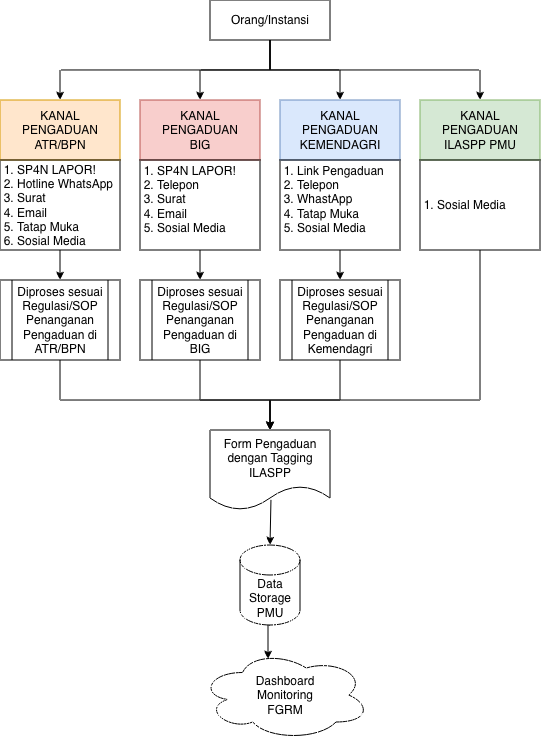
The draw.io diagram FGRM ILASPP PMU.drawio.png in djadjoel/Flowchart-FGRM-ILASPP-PMU, before a commit. Source tidied: cells renumbered, new cells last; positions are measured from the earlier drawing's top-left corner, leaving out a move shared by most shapes. The source it was exported from:
```xml
<mxGraphModel>
  <root>
    <mxCell id="0" />
    <mxCell id="1" parent="0" />
    <mxCell id="2" style="edgeStyle=orthogonalEdgeStyle;rounded=0;jettySize=auto;html=1;exitX=0.5;exitY=1;exitDx=0;exitDy=0;" parent="1" edge="1" source="5" target="17">
      <mxGeometry relative="1" as="geometry" />
    </mxCell>
    <mxCell id="3" style="edgeStyle=orthogonalEdgeStyle;rounded=0;jettySize=auto;html=1;exitX=0.5;exitY=1;exitDx=0;exitDy=0;entryX=0.5;entryY=0;entryDx=0;entryDy=0;" parent="1" edge="1" source="5" target="14">
      <mxGeometry relative="1" as="geometry" />
    </mxCell>
    <mxCell id="4" style="edgeStyle=orthogonalEdgeStyle;rounded=0;jettySize=auto;html=1;exitX=0.5;exitY=1;exitDx=0;exitDy=0;entryX=0.5;entryY=0;entryDx=0;entryDy=0;" parent="1" edge="1" source="5" target="20">
      <mxGeometry relative="1" as="geometry" />
    </mxCell>
    <mxCell id="5" value="Orang/Instansi" style="rounded=0;whiteSpace=wrap;html=1;" parent="1" vertex="1">
      <mxGeometry x="210" width="120" height="40" as="geometry" />
    </mxCell>
    <mxCell id="6" style="edgeStyle=orthogonalEdgeStyle;rounded=0;jettySize=auto;html=1;exitX=0.5;exitY=1;exitDx=0;exitDy=0;entryX=0.5;entryY=0;entryDx=0;entryDy=0;" parent="1" edge="1" source="5" target="8">
      <mxGeometry relative="1" as="geometry" />
    </mxCell>
    <mxCell id="7" style="group;" parent="1" vertex="1">
      <mxGeometry y="100" width="260" height="280" as="geometry" />
    </mxCell>
    <mxCell id="8" value="KANAL&lt;div&gt;PENGADUAN&lt;/div&gt;&lt;div&gt;ATR/BPN&lt;/div&gt;" style="rounded=0;whiteSpace=wrap;html=1;fillColor=#ffe6cc;strokeColor=#d79b00;" parent="7" vertex="1">
      <mxGeometry width="120" height="60" as="geometry" />
    </mxCell>
    <mxCell id="9" style="edgeStyle=orthogonalEdgeStyle;rounded=0;jettySize=auto;html=1;exitX=0.5;exitY=1;exitDx=0;exitDy=0;entryX=0.5;entryY=0;entryDx=0;entryDy=0;" parent="7" edge="1" source="10" target="11">
      <mxGeometry relative="1" as="geometry" />
    </mxCell>
    <mxCell id="10" value="&lt;ol style=&quot;padding-left: 15px; margin-top: 0px; padding-bottom: 0px; padding-right: 0px;&quot;&gt;&lt;li&gt;SP4N LAPOR!&lt;/li&gt;&lt;li&gt;Hotline WhatsApp&lt;/li&gt;&lt;li&gt;Surat&lt;/li&gt;&lt;li&gt;Email&lt;/li&gt;&lt;li&gt;Tatap Muka&lt;/li&gt;&lt;li&gt;Sosial Media&lt;/li&gt;&lt;/ol&gt;" style="text;strokeColor=default;fillColor=none;html=1;whiteSpace=wrap;verticalAlign=middle;overflow=hidden;" parent="7" vertex="1">
      <mxGeometry y="60" width="120" height="90" as="geometry" />
    </mxCell>
    <mxCell id="11" value="Diproses sesuai Regulasi/SOP Penanganan Pengaduan di ATR/BPN" style="shape=process;whiteSpace=wrap;html=1;backgroundOutline=1;" parent="7" vertex="1">
      <mxGeometry y="180" width="120" height="80" as="geometry" />
    </mxCell>
    <mxCell id="12" value="Diproses sesuai Regulasi/SOP Penanganan Pengaduan di BIG" style="shape=process;whiteSpace=wrap;html=1;backgroundOutline=1;" parent="7" vertex="1">
      <mxGeometry x="140" y="180" width="120" height="80" as="geometry" />
    </mxCell>
    <mxCell id="13" style="group;" parent="1" vertex="1">
      <mxGeometry x="140" y="100" width="120" height="180" as="geometry" />
    </mxCell>
    <mxCell id="14" value="KANAL&lt;div&gt;PENGADUAN&lt;/div&gt;&lt;div&gt;BIG&lt;/div&gt;" style="rounded=0;whiteSpace=wrap;html=1;fillColor=#f8cecc;strokeColor=#b85450;" parent="13" vertex="1">
      <mxGeometry width="120" height="60" as="geometry" />
    </mxCell>
    <mxCell id="15" value="&lt;ol style=&quot;padding-left: 15px; margin-top: 0px; margin-right: 0px; padding-bottom: 0px;&quot;&gt;&lt;li&gt;SP4N LAPOR!&lt;/li&gt;&lt;li&gt;Telepon&lt;/li&gt;&lt;li&gt;Surat&lt;/li&gt;&lt;li&gt;Email&lt;/li&gt;&lt;li&gt;Sosial Media&lt;/li&gt;&lt;/ol&gt;" style="text;strokeColor=default;fillColor=none;html=1;whiteSpace=wrap;verticalAlign=middle;overflow=hidden;" parent="13" vertex="1">
      <mxGeometry y="60" width="120" height="90" as="geometry" />
    </mxCell>
    <mxCell id="16" style="group;" parent="1" vertex="1">
      <mxGeometry x="280" y="100" width="120" height="180" as="geometry" />
    </mxCell>
    <mxCell id="17" value="KANAL&lt;div&gt;PENGADUAN&lt;/div&gt;&lt;div&gt;KEMENDAGRI&lt;/div&gt;" style="rounded=0;whiteSpace=wrap;html=1;fillColor=#dae8fc;strokeColor=#6c8ebf;" parent="16" vertex="1">
      <mxGeometry width="120" height="60" as="geometry" />
    </mxCell>
    <mxCell id="18" value="&lt;ol style=&quot;padding-left: 15px; padding-bottom: 0px; margin-top: 0px;&quot;&gt;&lt;li&gt;Link Pengaduan&lt;/li&gt;&lt;li&gt;Telepon&lt;/li&gt;&lt;li&gt;WhastApp&lt;/li&gt;&lt;li&gt;Tatap Muka&lt;/li&gt;&lt;li&gt;&lt;span style=&quot;background-color: transparent; color: light-dark(rgb(0, 0, 0), rgb(255, 255, 255));&quot;&gt;Sosial Media&lt;/span&gt;&lt;/li&gt;&lt;/ol&gt;" style="text;strokeColor=default;fillColor=none;html=1;whiteSpace=wrap;verticalAlign=middle;overflow=hidden;" parent="16" vertex="1">
      <mxGeometry y="60" width="120" height="90" as="geometry" />
    </mxCell>
    <mxCell id="19" style="group;" parent="1" vertex="1">
      <mxGeometry x="420" y="100" width="120" height="180" as="geometry" />
    </mxCell>
    <mxCell id="20" value="KANAL&lt;div&gt;PENGADUAN&lt;/div&gt;&lt;div&gt;ILASPP PMU&lt;/div&gt;" style="rounded=0;whiteSpace=wrap;html=1;fillColor=#d5e8d4;strokeColor=#82b366;" parent="19" vertex="1">
      <mxGeometry width="120" height="60" as="geometry" />
    </mxCell>
    <mxCell id="21" value="&lt;ol style=&quot;padding-left: 15px; padding-bottom: 0px; margin-top: 12px;&quot;&gt;&lt;li&gt;Sosial Media&lt;/li&gt;&lt;/ol&gt;" style="text;strokeColor=default;fillColor=none;html=1;whiteSpace=wrap;verticalAlign=middle;overflow=hidden;" parent="19" vertex="1">
      <mxGeometry y="60" width="120" height="90" as="geometry" />
    </mxCell>
    <mxCell id="22" style="edgeStyle=orthogonalEdgeStyle;rounded=0;jettySize=auto;html=1;exitX=0.5;exitY=1;exitDx=0;exitDy=0;exitPerimeter=0;entryX=0.4;entryY=0.1;entryDx=0;entryDy=0;entryPerimeter=0;" parent="1" edge="1" source="23" target="33">
      <mxGeometry relative="1" as="geometry" />
    </mxCell>
    <mxCell id="23" value="Data Storage PMU" style="shape=cylinder3;whiteSpace=wrap;html=1;boundedLbl=1;backgroundOutline=1;size=15;" parent="1" vertex="1">
      <mxGeometry x="240" y="545" width="60" height="80" as="geometry" />
    </mxCell>
    <mxCell id="24" style="edgeStyle=orthogonalEdgeStyle;rounded=0;jettySize=auto;html=1;exitX=0.508;exitY=0.874;exitDx=0;exitDy=0;exitPerimeter=0;" parent="1" edge="1" source="25" target="23">
      <mxGeometry relative="1" as="geometry">
        <Array as="points">
          <mxPoint x="270" y="500" />
        </Array>
      </mxGeometry>
    </mxCell>
    <mxCell id="25" value="Form Pengaduan dengan Tagging ILASPP" style="shape=document;whiteSpace=wrap;html=1;boundedLbl=1;" parent="1" vertex="1">
      <mxGeometry x="210" y="430" width="120" height="80" as="geometry" />
    </mxCell>
    <mxCell id="26" style="edgeStyle=orthogonalEdgeStyle;rounded=0;jettySize=auto;html=1;" parent="1" edge="1" source="15" target="12">
      <mxGeometry relative="1" as="geometry" />
    </mxCell>
    <mxCell id="27" style="edgeStyle=orthogonalEdgeStyle;rounded=0;jettySize=auto;html=1;entryX=0.5;entryY=0;entryDx=0;entryDy=0;" parent="1" edge="1" source="28" target="25">
      <mxGeometry relative="1" as="geometry">
        <Array as="points">
          <mxPoint x="340" y="400" />
          <mxPoint x="270" y="400" />
        </Array>
      </mxGeometry>
    </mxCell>
    <mxCell id="28" value="Diproses sesuai Regulasi/SOP Penanganan Pengaduan di Kemendagri" style="shape=process;whiteSpace=wrap;html=1;backgroundOutline=1;" parent="1" vertex="1">
      <mxGeometry x="280" y="280" width="120" height="80" as="geometry" />
    </mxCell>
    <mxCell id="29" style="edgeStyle=orthogonalEdgeStyle;rounded=0;jettySize=auto;html=1;" parent="1" edge="1" source="18" target="28">
      <mxGeometry relative="1" as="geometry" />
    </mxCell>
    <mxCell id="30" style="edgeStyle=orthogonalEdgeStyle;rounded=0;jettySize=auto;html=1;exitX=0.5;exitY=1;exitDx=0;exitDy=0;" parent="1" edge="1" source="11" target="25">
      <mxGeometry relative="1" as="geometry">
        <Array as="points">
          <mxPoint x="60" y="400" />
          <mxPoint x="270" y="400" />
        </Array>
      </mxGeometry>
    </mxCell>
    <mxCell id="31" style="edgeStyle=orthogonalEdgeStyle;rounded=0;jettySize=auto;html=1;exitX=0.5;exitY=1;exitDx=0;exitDy=0;entryX=0.5;entryY=0;entryDx=0;entryDy=0;" parent="1" edge="1" source="21" target="25">
      <mxGeometry relative="1" as="geometry">
        <Array as="points">
          <mxPoint x="480" y="400" />
          <mxPoint x="270" y="400" />
        </Array>
      </mxGeometry>
    </mxCell>
    <mxCell id="32" style="edgeStyle=orthogonalEdgeStyle;rounded=0;jettySize=auto;html=1;exitX=0.5;exitY=1;exitDx=0;exitDy=0;" parent="1" edge="1" source="12" target="25">
      <mxGeometry relative="1" as="geometry">
        <Array as="points">
          <mxPoint x="200" y="400" />
          <mxPoint x="270" y="400" />
        </Array>
      </mxGeometry>
    </mxCell>
    <mxCell id="33" value="Dashboard&lt;div&gt;Monitoring&lt;/div&gt;&lt;div&gt;FGRM&lt;/div&gt;" style="ellipse;shape=cloud;whiteSpace=wrap;html=1;" parent="1" vertex="1">
      <mxGeometry x="200" y="650" width="170" height="90" as="geometry" />
    </mxCell>
  </root>
</mxGraphModel>
```
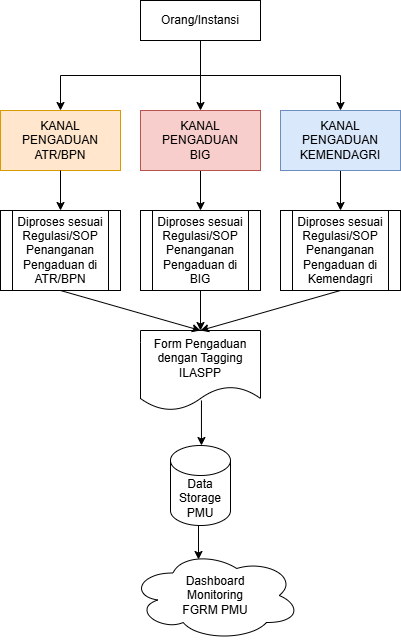
After the change.

Change to the diagram source:
```diff
@@ -8,60 +8,12 @@
     <mxCell id="3" style="edgeStyle=orthogonalEdgeStyle;rounded=0;jettySize=auto;html=1;exitX=0.5;exitY=1;exitDx=0;exitDy=0;entryX=0.5;entryY=0;entryDx=0;entryDy=0;" parent="1" edge="1" source="5" target="14">
       <mxGeometry relative="1" as="geometry" />
     </mxCell>
-    <mxCell id="4" style="edgeStyle=orthogonalEdgeStyle;rounded=0;jettySize=auto;html=1;exitX=0.5;exitY=1;exitDx=0;exitDy=0;entryX=0.5;entryY=0;entryDx=0;entryDy=0;" parent="1" edge="1" source="5" target="20">
-      <mxGeometry relative="1" as="geometry" />
-    </mxCell>
     <mxCell id="5" value="Orang/Instansi" style="rounded=0;whiteSpace=wrap;html=1;" parent="1" vertex="1">
-      <mxGeometry x="210" width="120" height="40" as="geometry" />
+      <mxGeometry x="210" y="100" width="120" height="40" as="geometry" />
     </mxCell>
     <mxCell id="6" style="edgeStyle=orthogonalEdgeStyle;rounded=0;jettySize=auto;html=1;exitX=0.5;exitY=1;exitDx=0;exitDy=0;entryX=0.5;entryY=0;entryDx=0;entryDy=0;" parent="1" edge="1" source="5" target="8">
       <mxGeometry relative="1" as="geometry" />
     </mxCell>
-    <mxCell id="7" style="group;" parent="1" vertex="1">
-      <mxGeometry y="100" width="260" height="280" as="geometry" />
-    </mxCell>
-    <mxCell id="8" value="KANAL&lt;div&gt;PENGADUAN&lt;/div&gt;&lt;div&gt;ATR/BPN&lt;/div&gt;" style="rounded=0;whiteSpace=wrap;html=1;fillColor=#ffe6cc;strokeColor=#d79b00;" parent="7" vertex="1">
-      <mxGeometry width="120" height="60" as="geometry" />
-    </mxCell>
-    <mxCell id="9" style="edgeStyle=orthogonalEdgeStyle;rounded=0;jettySize=auto;html=1;exitX=0.5;exitY=1;exitDx=0;exitDy=0;entryX=0.5;entryY=0;entryDx=0;entryDy=0;" parent="7" edge="1" source="10" target="11">
-      <mxGeometry relative="1" as="geometry" />
-    </mxCell>
-    <mxCell id="10" value="&lt;ol style=&quot;padding-left: 15px; margin-top: 0px; padding-bottom: 0px; padding-right: 0px;&quot;&gt;&lt;li&gt;SP4N LAPOR!&lt;/li&gt;&lt;li&gt;Hotline WhatsApp&lt;/li&gt;&lt;li&gt;Surat&lt;/li&gt;&lt;li&gt;Email&lt;/li&gt;&lt;li&gt;Tatap Muka&lt;/li&gt;&lt;li&gt;Sosial Media&lt;/li&gt;&lt;/ol&gt;" style="text;strokeColor=default;fillColor=none;html=1;whiteSpace=wrap;verticalAlign=middle;overflow=hidden;" parent="7" vertex="1">
-      <mxGeometry y="60" width="120" height="90" as="geometry" />
-    </mxCell>
-    <mxCell id="11" value="Diproses sesuai Regulasi/SOP Penanganan Pengaduan di ATR/BPN" style="shape=process;whiteSpace=wrap;html=1;backgroundOutline=1;" parent="7" vertex="1">
-      <mxGeometry y="180" width="120" height="80" as="geometry" />
-    </mxCell>
-    <mxCell id="12" value="Diproses sesuai Regulasi/SOP Penanganan Pengaduan di BIG" style="shape=process;whiteSpace=wrap;html=1;backgroundOutline=1;" parent="7" vertex="1">
-      <mxGeometry x="140" y="180" width="120" height="80" as="geometry" />
-    </mxCell>
-    <mxCell id="13" style="group;" parent="1" vertex="1">
-      <mxGeometry x="140" y="100" width="120" height="180" as="geometry" />
-    </mxCell>
-    <mxCell id="14" value="KANAL&lt;div&gt;PENGADUAN&lt;/div&gt;&lt;div&gt;BIG&lt;/div&gt;" style="rounded=0;whiteSpace=wrap;html=1;fillColor=#f8cecc;strokeColor=#b85450;" parent="13" vertex="1">
-      <mxGeometry width="120" height="60" as="geometry" />
-    </mxCell>
-    <mxCell id="15" value="&lt;ol style=&quot;padding-left: 15px; margin-top: 0px; margin-right: 0px; padding-bottom: 0px;&quot;&gt;&lt;li&gt;SP4N LAPOR!&lt;/li&gt;&lt;li&gt;Telepon&lt;/li&gt;&lt;li&gt;Surat&lt;/li&gt;&lt;li&gt;Email&lt;/li&gt;&lt;li&gt;Sosial Media&lt;/li&gt;&lt;/ol&gt;" style="text;strokeColor=default;fillColor=none;html=1;whiteSpace=wrap;verticalAlign=middle;overflow=hidden;" parent="13" vertex="1">
-      <mxGeometry y="60" width="120" height="90" as="geometry" />
-    </mxCell>
-    <mxCell id="16" style="group;" parent="1" vertex="1">
-      <mxGeometry x="280" y="100" width="120" height="180" as="geometry" />
-    </mxCell>
-    <mxCell id="17" value="KANAL&lt;div&gt;PENGADUAN&lt;/div&gt;&lt;div&gt;KEMENDAGRI&lt;/div&gt;" style="rounded=0;whiteSpace=wrap;html=1;fillColor=#dae8fc;strokeColor=#6c8ebf;" parent="16" vertex="1">
-      <mxGeometry width="120" height="60" as="geometry" />
-    </mxCell>
-    <mxCell id="18" value="&lt;ol style=&quot;padding-left: 15px; padding-bottom: 0px; margin-top: 0px;&quot;&gt;&lt;li&gt;Link Pengaduan&lt;/li&gt;&lt;li&gt;Telepon&lt;/li&gt;&lt;li&gt;WhastApp&lt;/li&gt;&lt;li&gt;Tatap Muka&lt;/li&gt;&lt;li&gt;&lt;span style=&quot;background-color: transparent; color: light-dark(rgb(0, 0, 0), rgb(255, 255, 255));&quot;&gt;Sosial Media&lt;/span&gt;&lt;/li&gt;&lt;/ol&gt;" style="text;strokeColor=default;fillColor=none;html=1;whiteSpace=wrap;verticalAlign=middle;overflow=hidden;" parent="16" vertex="1">
-      <mxGeometry y="60" width="120" height="90" as="geometry" />
-    </mxCell>
-    <mxCell id="19" style="group;" parent="1" vertex="1">
-      <mxGeometry x="420" y="100" width="120" height="180" as="geometry" />
-    </mxCell>
-    <mxCell id="20" value="KANAL&lt;div&gt;PENGADUAN&lt;/div&gt;&lt;div&gt;ILASPP PMU&lt;/div&gt;" style="rounded=0;whiteSpace=wrap;html=1;fillColor=#d5e8d4;strokeColor=#82b366;" parent="19" vertex="1">
-      <mxGeometry width="120" height="60" as="geometry" />
-    </mxCell>
-    <mxCell id="21" value="&lt;ol style=&quot;padding-left: 15px; padding-bottom: 0px; margin-top: 12px;&quot;&gt;&lt;li&gt;Sosial Media&lt;/li&gt;&lt;/ol&gt;" style="text;strokeColor=default;fillColor=none;html=1;whiteSpace=wrap;verticalAlign=middle;overflow=hidden;" parent="19" vertex="1">
-      <mxGeometry y="60" width="120" height="90" as="geometry" />
-    </mxCell>
     <mxCell id="22" style="edgeStyle=orthogonalEdgeStyle;rounded=0;jettySize=auto;html=1;exitX=0.5;exitY=1;exitDx=0;exitDy=0;exitPerimeter=0;entryX=0.4;entryY=0.1;entryDx=0;entryDy=0;entryPerimeter=0;" parent="1" edge="1" source="23" target="33">
       <mxGeometry relative="1" as="geometry" />
     </mxCell>
@@ -78,49 +30,50 @@
     <mxCell id="25" value="Form Pengaduan dengan Tagging ILASPP" style="shape=document;whiteSpace=wrap;html=1;boundedLbl=1;" parent="1" vertex="1">
       <mxGeometry x="210" y="430" width="120" height="80" as="geometry" />
     </mxCell>
-    <mxCell id="26" style="edgeStyle=orthogonalEdgeStyle;rounded=0;jettySize=auto;html=1;" parent="1" edge="1" source="15" target="12">
-      <mxGeometry relative="1" as="geometry" />
+    <mxCell id="26" style="edgeStyle=orthogonalEdgeStyle;rounded=0;jettySize=auto;html=1;" parent="1" edge="1" target="12">
+      <mxGeometry relative="1" as="geometry">
+        <mxPoint x="270" y="280" as="sourcePoint" />
+        <Array as="points">
+          <mxPoint x="270" y="270" />
+          <mxPoint x="270" y="270" />
+        </Array>
+      </mxGeometry>
     </mxCell>
-    <mxCell id="27" style="edgeStyle=orthogonalEdgeStyle;rounded=0;jettySize=auto;html=1;entryX=0.5;entryY=0;entryDx=0;entryDy=0;" parent="1" edge="1" source="28" target="25">
-      <mxGeometry relative="1" as="geometry">
-        <Array as="points">
-          <mxPoint x="340" y="400" />
-          <mxPoint x="270" y="400" />
-        </Array>
-      </mxGeometry>
-    </mxCell>
     <mxCell id="28" value="Diproses sesuai Regulasi/SOP Penanganan Pengaduan di Kemendagri" style="shape=process;whiteSpace=wrap;html=1;backgroundOutline=1;" parent="1" vertex="1">
-      <mxGeometry x="280" y="280" width="120" height="80" as="geometry" />
+      <mxGeometry x="350" y="310" width="120" height="80" as="geometry" />
     </mxCell>
-    <mxCell id="29" style="edgeStyle=orthogonalEdgeStyle;rounded=0;jettySize=auto;html=1;" parent="1" edge="1" source="18" target="28">
+    <mxCell id="29" style="edgeStyle=orthogonalEdgeStyle;rounded=0;jettySize=auto;html=1;exitX=0.5;exitY=1;exitDx=0;exitDy=0;" parent="1" edge="1" source="17" target="28">
       <mxGeometry relative="1" as="geometry" />
     </mxCell>
+    <mxCell id="33" value="Dashboard&lt;div&gt;Monitoring&lt;/div&gt;&lt;div&gt;FGRM PMU&lt;/div&gt;" style="ellipse;shape=cloud;whiteSpace=wrap;html=1;" parent="1" vertex="1">
+      <mxGeometry x="200" y="650" width="170" height="90" as="geometry" />
+    </mxCell>
+    <mxCell id="27" style="endArrow=classic;html=1;rounded=0;exitX=0.5;exitY=1;exitDx=0;exitDy=0;entryX=0.5;entryY=0;entryDx=0;entryDy=0;" parent="1" edge="1" source="28" target="25">
+      <mxGeometry relative="1" as="geometry" />
+    </mxCell>
+    <mxCell id="32" style="endArrow=classic;html=1;rounded=0;exitX=0.5;exitY=1;exitDx=0;exitDy=0;entryX=0.5;entryY=0;entryDx=0;entryDy=0;" parent="1" edge="1" source="12" target="25">
+      <mxGeometry relative="1" as="geometry" />
+    </mxCell>
-    <mxCell id="30" style="edgeStyle=orthogonalEdgeStyle;rounded=0;jettySize=auto;html=1;exitX=0.5;exitY=1;exitDx=0;exitDy=0;" parent="1" edge="1" source="11" target="25">
-      <mxGeometry relative="1" as="geometry">
-        <Array as="points">
-          <mxPoint x="60" y="400" />
-          <mxPoint x="270" y="400" />
-        </Array>
-      </mxGeometry>
+    <mxCell id="30" style="endArrow=classic;html=1;rounded=0;exitX=0.5;exitY=1;exitDx=0;exitDy=0;entryX=0.5;entryY=0;entryDx=0;entryDy=0;" parent="1" edge="1" source="11" target="25">
+      <mxGeometry relative="1" as="geometry" />
     </mxCell>
-    <mxCell id="31" style="edgeStyle=orthogonalEdgeStyle;rounded=0;jettySize=auto;html=1;exitX=0.5;exitY=1;exitDx=0;exitDy=0;entryX=0.5;entryY=0;entryDx=0;entryDy=0;" parent="1" edge="1" source="21" target="25">
-      <mxGeometry relative="1" as="geometry">
-        <Array as="points">
-          <mxPoint x="480" y="400" />
-          <mxPoint x="270" y="400" />
-        </Array>
-      </mxGeometry>
-    </mxCell>
-    <mxCell id="32" style="edgeStyle=orthogonalEdgeStyle;rounded=0;jettySize=auto;html=1;exitX=0.5;exitY=1;exitDx=0;exitDy=0;" parent="1" edge="1" source="12" target="25">
-      <mxGeometry relative="1" as="geometry">
-        <Array as="points">
-          <mxPoint x="200" y="400" />
-          <mxPoint x="270" y="400" />
-        </Array>
-      </mxGeometry>
-    </mxCell>
-    <mxCell id="33" value="Dashboard&lt;div&gt;Monitoring&lt;/div&gt;&lt;div&gt;FGRM&lt;/div&gt;" style="ellipse;shape=cloud;whiteSpace=wrap;html=1;" parent="1" vertex="1">
-      <mxGeometry x="200" y="650" width="170" height="90" as="geometry" />
-    </mxCell>
+    <mxCell id="8" value="KANAL&lt;div&gt;PENGADUAN&lt;/div&gt;&lt;div&gt;ATR/BPN&lt;/div&gt;" style="rounded=0;whiteSpace=wrap;html=1;fillColor=#ffe6cc;strokeColor=#d79b00;" parent="1" vertex="1">
+      <mxGeometry x="70" y="210" width="120" height="60" as="geometry" />
+    </mxCell>
+    <mxCell id="9" style="edgeStyle=orthogonalEdgeStyle;rounded=0;jettySize=auto;html=1;exitX=0.5;exitY=1;exitDx=0;exitDy=0;entryX=0.5;entryY=0;entryDx=0;entryDy=0;" parent="1" edge="1" source="8" target="11">
+      <mxGeometry relative="1" as="geometry" />
+    </mxCell>
+    <mxCell id="11" value="Diproses sesuai Regulasi/SOP Penanganan Pengaduan di ATR/BPN" style="shape=process;whiteSpace=wrap;html=1;backgroundOutline=1;" parent="1" vertex="1">
+      <mxGeometry x="70" y="310" width="120" height="80" as="geometry" />
+    </mxCell>
+    <mxCell id="12" value="Diproses sesuai Regulasi/SOP Penanganan Pengaduan di BIG" style="shape=process;whiteSpace=wrap;html=1;backgroundOutline=1;" parent="1" vertex="1">
+      <mxGeometry x="210" y="310" width="120" height="80" as="geometry" />
+    </mxCell>
+    <mxCell id="17" value="KANAL&lt;div&gt;PENGADUAN&lt;/div&gt;&lt;div&gt;KEMENDAGRI&lt;/div&gt;" style="rounded=0;whiteSpace=wrap;html=1;fillColor=#dae8fc;strokeColor=#6c8ebf;" parent="1" vertex="1">
+      <mxGeometry x="350" y="210" width="120" height="60" as="geometry" />
+    </mxCell>
+    <mxCell id="14" value="KANAL&lt;div&gt;PENGADUAN&lt;/div&gt;&lt;div&gt;BIG&lt;/div&gt;" style="rounded=0;whiteSpace=wrap;html=1;fillColor=#f8cecc;strokeColor=#b85450;" parent="1" vertex="1">
+      <mxGeometry x="210" y="210" width="120" height="60" as="geometry" />
+    </mxCell>
   </root>
 </mxGraphModel>
```
